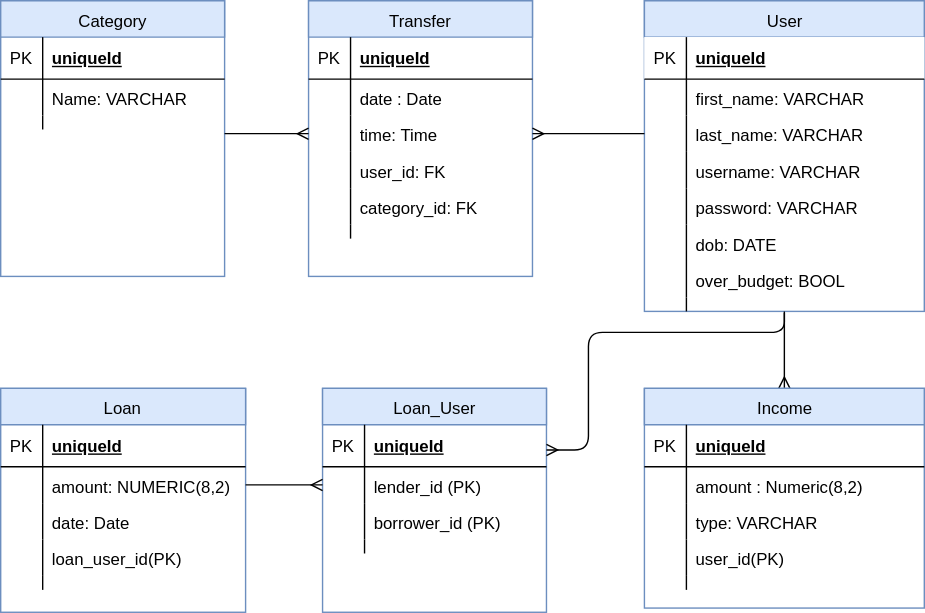
Earlier version of the draw.io export MoneyCashBoard_ER.svg (danie16arrido/MoneyCashBoard). Source tidied: cells renumbered, new cells last; positions are measured from the earlier drawing's top-left corner, leaving out a move shared by most shapes.
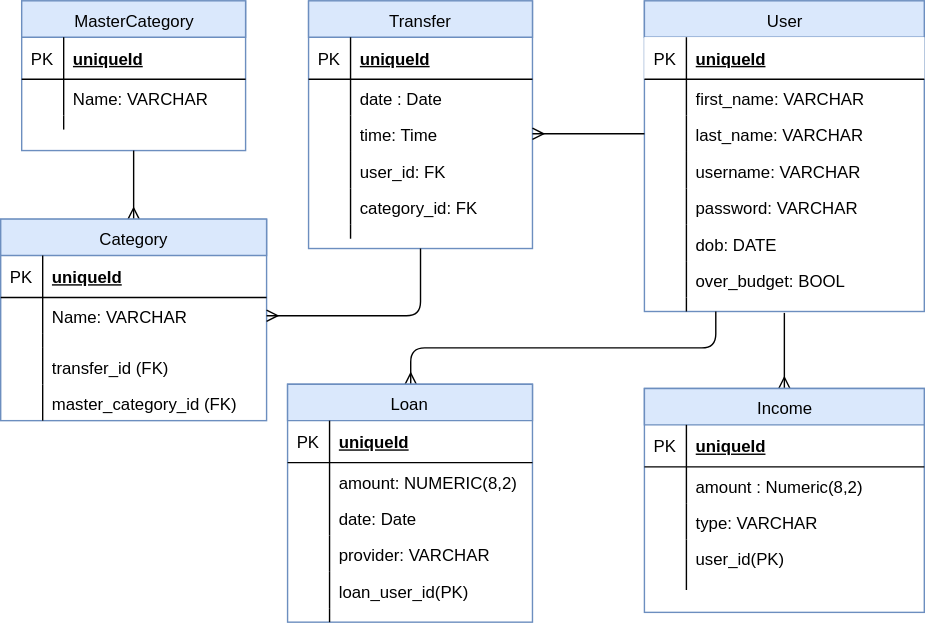
After the change.

Change to the diagram source:
```diff
@@ -3,7 +3,7 @@
     <mxCell id="0" />
     <mxCell id="1" parent="0" />
     <mxCell id="2" value="Transfer" style="swimlane;html=1;fontStyle=0;horizontal=1;startSize=26;fillColor=#dae8fc;swimlaneFillColor=#ffffff;align=center;strokeColor=#6c8ebf;" parent="1" vertex="1">
-      <mxGeometry x="220" width="160" height="197" as="geometry" />
+      <mxGeometry x="220" width="160" height="177" as="geometry" />
     </mxCell>
     <mxCell id="3" value="uniqueId" style="shape=partialRectangle;top=0;left=0;right=0;bottom=1;html=1;align=left;verticalAlign=middle;fillColor=none;spacingLeft=34;spacingRight=4;whiteSpace=wrap;overflow=hidden;fontStyle=5;" parent="2" vertex="1">
       <mxGeometry y="26" width="160" height="30" as="geometry" />
@@ -41,8 +41,8 @@
     <mxCell id="14" style="shape=partialRectangle;top=0;left=0;bottom=0;html=1;fillColor=none;align=left;verticalAlign=top;spacingLeft=4;spacingRight=4;whiteSpace=wrap;overflow=hidden;" parent="13" vertex="1">
       <mxGeometry width="30" height="10" as="geometry" />
     </mxCell>
-    <mxCell id="15" value="Category" style="swimlane;html=1;fontStyle=0;horizontal=1;startSize=26;fillColor=#dae8fc;swimlaneFillColor=#ffffff;align=center;strokeColor=#6c8ebf;" parent="1" vertex="1">
-      <mxGeometry width="160" height="197" as="geometry" />
+    <mxCell id="15" value="MasterCategory" style="swimlane;html=1;fontStyle=0;horizontal=1;startSize=26;fillColor=#dae8fc;swimlaneFillColor=#ffffff;align=center;strokeColor=#6c8ebf;" parent="1" vertex="1">
+      <mxGeometry x="15" width="160" height="107" as="geometry" />
     </mxCell>
     <mxCell id="16" value="uniqueId" style="shape=partialRectangle;top=0;left=0;right=0;bottom=1;html=1;align=left;verticalAlign=middle;fillColor=none;spacingLeft=34;spacingRight=4;whiteSpace=wrap;overflow=hidden;fontStyle=5;" parent="15" vertex="1">
       <mxGeometry y="26" width="160" height="30" as="geometry" />
@@ -113,8 +113,11 @@
     <mxCell id="38" style="shape=partialRectangle;top=0;left=0;bottom=0;html=1;fillColor=none;align=left;verticalAlign=top;spacingLeft=4;spacingRight=4;whiteSpace=wrap;overflow=hidden;" parent="37" vertex="1">
       <mxGeometry width="30" height="10" as="geometry" />
     </mxCell>
+    <mxCell id="76" style="edgeStyle=orthogonalEdgeStyle;html=1;entryX=0.255;entryY=1;entryPerimeter=0;startArrow=ERmany;startFill=0;endArrow=none;endFill=0;jettySize=auto;strokeColor=#000000;" parent="1" edge="1" source="39" target="37">
+      <mxGeometry relative="1" as="geometry" />
+    </mxCell>
     <mxCell id="39" value="Loan" style="swimlane;html=1;fontStyle=0;horizontal=1;startSize=26;fillColor=#dae8fc;swimlaneFillColor=#ffffff;align=center;strokeColor=#6c8ebf;" parent="1" vertex="1">
-      <mxGeometry y="277" width="175" height="160" as="geometry" />
+      <mxGeometry x="205" y="274" width="175" height="170" as="geometry" />
     </mxCell>
     <mxCell id="40" value="uniqueId" style="shape=partialRectangle;top=0;left=0;right=0;bottom=1;html=1;align=left;verticalAlign=middle;fillColor=none;spacingLeft=34;spacingRight=4;whiteSpace=wrap;overflow=hidden;fontStyle=5;" parent="39" vertex="1">
       <mxGeometry y="26" width="175" height="30" as="geometry" />
@@ -134,14 +137,20 @@
     <mxCell id="45" style="shape=partialRectangle;top=0;left=0;bottom=0;html=1;fillColor=none;align=left;verticalAlign=top;spacingLeft=4;spacingRight=4;whiteSpace=wrap;overflow=hidden;" parent="44" vertex="1">
       <mxGeometry width="30" height="26" as="geometry" />
     </mxCell>
+    <mxCell id="77" value="provider: VARCHAR" style="shape=partialRectangle;top=0;left=0;right=0;bottom=0;html=1;align=left;verticalAlign=top;fillColor=none;spacingLeft=34;spacingRight=4;whiteSpace=wrap;overflow=hidden;" parent="39" vertex="1">
+      <mxGeometry y="108" width="175" height="26" as="geometry" />
+    </mxCell>
+    <mxCell id="78" style="shape=partialRectangle;top=0;left=0;bottom=0;html=1;fillColor=none;align=left;verticalAlign=top;spacingLeft=4;spacingRight=4;whiteSpace=wrap;overflow=hidden;" parent="77" vertex="1">
+      <mxGeometry width="30" height="26" as="geometry" />
+    </mxCell>
     <mxCell id="46" value="loan_user_id(PK)" style="shape=partialRectangle;top=0;left=0;right=0;bottom=0;html=1;align=left;verticalAlign=top;fillColor=none;spacingLeft=34;spacingRight=4;whiteSpace=wrap;overflow=hidden;" parent="39" vertex="1">
-      <mxGeometry y="108" width="175" height="26" as="geometry" />
+      <mxGeometry y="134" width="175" height="26" as="geometry" />
     </mxCell>
     <mxCell id="47" style="shape=partialRectangle;top=0;left=0;bottom=0;html=1;fillColor=none;align=left;verticalAlign=top;spacingLeft=4;spacingRight=4;whiteSpace=wrap;overflow=hidden;" parent="46" vertex="1">
       <mxGeometry width="30" height="26" as="geometry" />
     </mxCell>
     <mxCell id="48" style="shape=partialRectangle;top=0;left=0;right=0;bottom=0;html=1;align=left;verticalAlign=top;fillColor=none;spacingLeft=34;spacingRight=4;whiteSpace=wrap;overflow=hidden;" parent="39" vertex="1">
-      <mxGeometry y="134" width="175" height="10" as="geometry" />
+      <mxGeometry y="160" width="175" height="10" as="geometry" />
     </mxCell>
     <mxCell id="49" style="shape=partialRectangle;top=0;left=0;bottom=0;html=1;fillColor=none;align=left;verticalAlign=top;spacingLeft=4;spacingRight=4;whiteSpace=wrap;overflow=hidden;" parent="48" vertex="1">
       <mxGeometry width="30" height="10" as="geometry" />
@@ -153,7 +162,7 @@
       <mxGeometry relative="1" as="geometry" />
     </mxCell>
     <mxCell id="52" value="Income" style="swimlane;html=1;fontStyle=0;horizontal=1;startSize=26;fillColor=#dae8fc;swimlaneFillColor=#ffffff;align=center;strokeColor=#6c8ebf;" parent="1" vertex="1">
-      <mxGeometry x="460" y="277" width="200" height="157" as="geometry" />
+      <mxGeometry x="460" y="277" width="200" height="160" as="geometry" />
     </mxCell>
     <mxCell id="53" value="uniqueId" style="shape=partialRectangle;top=0;left=0;right=0;bottom=1;html=1;align=left;verticalAlign=middle;fillColor=none;spacingLeft=34;spacingRight=4;whiteSpace=wrap;overflow=hidden;fontStyle=5;" parent="52" vertex="1">
       <mxGeometry y="26" width="200" height="30" as="geometry" />
@@ -188,49 +197,44 @@
     <mxCell id="63" style="edgeStyle=none;html=1;exitX=0;exitY=0.5;entryX=1;entryY=0.5;startArrow=none;startFill=0;endArrow=ERmany;endFill=0;jettySize=auto;strokeColor=#000000;" parent="1" edge="1" source="27" target="7">
       <mxGeometry relative="1" as="geometry" />
     </mxCell>
-    <mxCell id="64" style="edgeStyle=none;html=1;entryX=0;entryY=0.5;startArrow=none;startFill=0;endArrow=ERmany;endFill=0;jettySize=auto;strokeColor=#000000;" parent="1" edge="1" target="7">
-      <mxGeometry relative="1" as="geometry">
-        <mxPoint x="160" y="95" as="sourcePoint" />
-      </mxGeometry>
-    </mxCell>
-    <mxCell id="65" value="Loan_User" style="swimlane;html=1;fontStyle=0;horizontal=1;startSize=26;fillColor=#dae8fc;swimlaneFillColor=#ffffff;align=center;strokeColor=#6c8ebf;" parent="1" vertex="1">
-      <mxGeometry x="230" y="277" width="160" height="160" as="geometry" />
-    </mxCell>
+    <mxCell id="79" style="edgeStyle=orthogonalEdgeStyle;html=1;entryX=0.5;entryY=1;startArrow=ERmany;startFill=0;endArrow=none;endFill=0;jettySize=auto;strokeColor=#000000;" parent="1" edge="1" source="80" target="15">
+      <mxGeometry relative="1" as="geometry" />
+    </mxCell>
+    <mxCell id="80" value="Category" style="swimlane;html=1;fontStyle=0;horizontal=1;startSize=26;fillColor=#dae8fc;swimlaneFillColor=#ffffff;align=center;strokeColor=#6c8ebf;" parent="1" vertex="1">
+      <mxGeometry y="156" width="190" height="144" as="geometry" />
+    </mxCell>
-    <mxCell id="66" value="uniqueId" style="shape=partialRectangle;top=0;left=0;right=0;bottom=1;html=1;align=left;verticalAlign=middle;fillColor=none;spacingLeft=34;spacingRight=4;whiteSpace=wrap;overflow=hidden;fontStyle=5;" parent="65" vertex="1">
-      <mxGeometry y="26" width="160" height="30" as="geometry" />
+    <mxCell id="66" value="uniqueId" style="shape=partialRectangle;top=0;left=0;right=0;bottom=1;html=1;align=left;verticalAlign=middle;fillColor=none;spacingLeft=34;spacingRight=4;whiteSpace=wrap;overflow=hidden;fontStyle=5;" parent="80" vertex="1">
+      <mxGeometry y="26" width="190" height="30" as="geometry" />
     </mxCell>
     <mxCell id="67" value="PK" style="shape=partialRectangle;top=0;left=0;bottom=0;html=1;fillColor=none;align=left;verticalAlign=middle;spacingLeft=4;spacingRight=4;whiteSpace=wrap;overflow=hidden;" parent="66" vertex="1">
       <mxGeometry width="30" height="30" as="geometry" />
     </mxCell>
-    <mxCell id="68" value="lender_id (PK)" style="shape=partialRectangle;top=0;left=0;right=0;bottom=0;html=1;align=left;verticalAlign=top;fillColor=none;spacingLeft=34;spacingRight=4;whiteSpace=wrap;overflow=hidden;points=[[0,0.5],[1,0.5]];portConstraint=eastwest;" parent="65" vertex="1">
-      <mxGeometry y="56" width="160" height="26" as="geometry" />
-    </mxCell>
-    <mxCell id="69" style="shape=partialRectangle;top=0;left=0;bottom=0;html=1;fillColor=none;align=left;verticalAlign=top;spacingLeft=4;spacingRight=4;whiteSpace=wrap;overflow=hidden;" parent="68" vertex="1">
-      <mxGeometry width="30" height="26" as="geometry" />
-    </mxCell>
-    <mxCell id="70" value="borrower_id (PK)" style="shape=partialRectangle;top=0;left=0;right=0;bottom=0;html=1;align=left;verticalAlign=top;fillColor=none;spacingLeft=34;spacingRight=4;whiteSpace=wrap;overflow=hidden;" parent="65" vertex="1">
-      <mxGeometry y="82" width="160" height="26" as="geometry" />
-    </mxCell>
-    <mxCell id="71" style="shape=partialRectangle;top=0;left=0;bottom=0;html=1;fillColor=none;align=left;verticalAlign=top;spacingLeft=4;spacingRight=4;whiteSpace=wrap;overflow=hidden;" parent="70" vertex="1">
-      <mxGeometry width="30" height="26" as="geometry" />
-    </mxCell>
-    <mxCell id="72" style="shape=partialRectangle;top=0;left=0;right=0;bottom=0;html=1;align=left;verticalAlign=top;fillColor=none;spacingLeft=34;spacingRight=4;whiteSpace=wrap;overflow=hidden;" parent="65" vertex="1">
-      <mxGeometry y="108" width="160" height="10" as="geometry" />
-    </mxCell>
+    <mxCell id="81" value="Name: VARCHAR" style="shape=partialRectangle;top=0;left=0;right=0;bottom=0;html=1;align=left;verticalAlign=top;fillColor=none;spacingLeft=34;spacingRight=4;whiteSpace=wrap;overflow=hidden;points=[[0,0.5],[1,0.5]];portConstraint=eastwest;" parent="80" vertex="1">
+      <mxGeometry y="56" width="190" height="26" as="geometry" />
+    </mxCell>
+    <mxCell id="82" style="shape=partialRectangle;top=0;left=0;bottom=0;html=1;fillColor=none;align=left;verticalAlign=top;spacingLeft=4;spacingRight=4;whiteSpace=wrap;overflow=hidden;" parent="81" vertex="1">
+      <mxGeometry width="30" height="26" as="geometry" />
+    </mxCell>
+    <mxCell id="83" style="shape=partialRectangle;top=0;left=0;right=0;bottom=0;html=1;align=left;verticalAlign=top;fillColor=none;spacingLeft=34;spacingRight=4;whiteSpace=wrap;overflow=hidden;" parent="80" vertex="1">
+      <mxGeometry y="82" width="190" height="10" as="geometry" />
+    </mxCell>
-    <mxCell id="73" style="shape=partialRectangle;top=0;left=0;bottom=0;html=1;fillColor=none;align=left;verticalAlign=top;spacingLeft=4;spacingRight=4;whiteSpace=wrap;overflow=hidden;" parent="72" vertex="1">
+    <mxCell id="73" style="shape=partialRectangle;top=0;left=0;bottom=0;html=1;fillColor=none;align=left;verticalAlign=top;spacingLeft=4;spacingRight=4;whiteSpace=wrap;overflow=hidden;" parent="83" vertex="1">
       <mxGeometry width="30" height="10" as="geometry" />
     </mxCell>
-    <mxCell id="74" style="edgeStyle=orthogonalEdgeStyle;html=1;startArrow=none;startFill=0;endArrow=ERmany;endFill=0;jettySize=auto;strokeColor=#000000;" parent="1" edge="1" source="37" target="65">
-      <mxGeometry relative="1" as="geometry">
-        <Array as="points">
-          <mxPoint x="560" y="237" />
-          <mxPoint x="420" y="237" />
-          <mxPoint x="420" y="321" />
-        </Array>
-      </mxGeometry>
-    </mxCell>
-    <mxCell id="75" style="edgeStyle=none;html=1;exitX=1;exitY=0.5;entryX=0;entryY=0.5;startArrow=none;startFill=0;endArrow=ERmany;endFill=0;jettySize=auto;strokeColor=#000000;" parent="1" edge="1" source="42" target="68">
-      <mxGeometry relative="1" as="geometry" />
-    </mxCell>
+    <mxCell id="84" value="transfer_id (FK)" style="shape=partialRectangle;top=0;left=0;right=0;bottom=0;html=1;align=left;verticalAlign=top;fillColor=none;spacingLeft=34;spacingRight=4;whiteSpace=wrap;overflow=hidden;" parent="80" vertex="1">
+      <mxGeometry y="92" width="190" height="26" as="geometry" />
+    </mxCell>
+    <mxCell id="85" style="shape=partialRectangle;top=0;left=0;bottom=0;html=1;fillColor=none;align=left;verticalAlign=top;spacingLeft=4;spacingRight=4;whiteSpace=wrap;overflow=hidden;" parent="84" vertex="1">
+      <mxGeometry width="30" height="26" as="geometry" />
+    </mxCell>
+    <mxCell id="86" value="master_category_id (FK)" style="shape=partialRectangle;top=0;left=0;right=0;bottom=0;html=1;align=left;verticalAlign=top;fillColor=none;spacingLeft=34;spacingRight=4;whiteSpace=wrap;overflow=hidden;" parent="80" vertex="1">
+      <mxGeometry y="118" width="190" height="26" as="geometry" />
+    </mxCell>
+    <mxCell id="87" style="shape=partialRectangle;top=0;left=0;bottom=0;html=1;fillColor=none;align=left;verticalAlign=top;spacingLeft=4;spacingRight=4;whiteSpace=wrap;overflow=hidden;" parent="86" vertex="1">
+      <mxGeometry width="30" height="26" as="geometry" />
+    </mxCell>
+    <mxCell id="88" style="edgeStyle=orthogonalEdgeStyle;html=1;entryX=0.5;entryY=1;startArrow=ERmany;startFill=0;endArrow=none;endFill=0;jettySize=auto;strokeColor=#000000;" parent="1" edge="1" source="81" target="2">
+      <mxGeometry relative="1" as="geometry" />
+    </mxCell>
   </root>
 </mxGraphModel>
```
